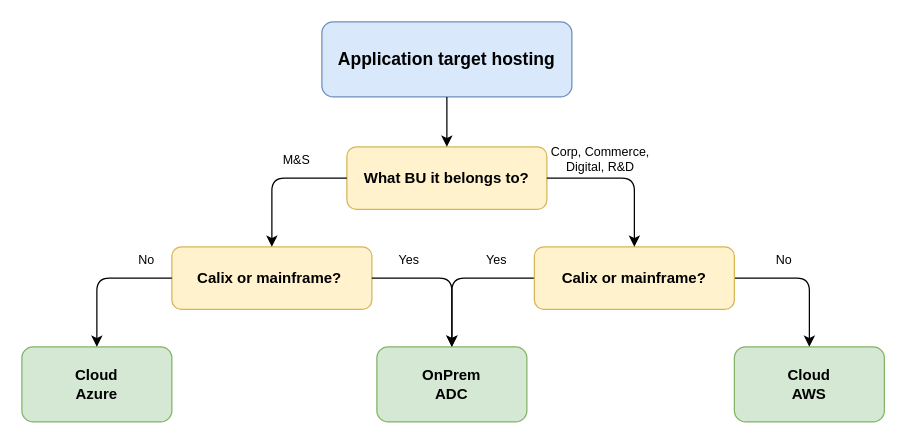
Before: page "App" (1 of 3) of DR-DecisionTree.drawio in anthonygea/mycv, a draw.io diagram. Source tidied: cells renumbered, new cells numbered last; positions are measured from the earlier drawing's top-left corner, leaving out a move shared by most shapes. Both pictures are drawn from the tidied source at 125%, with x=0, y=0 at pixel (21, 21).
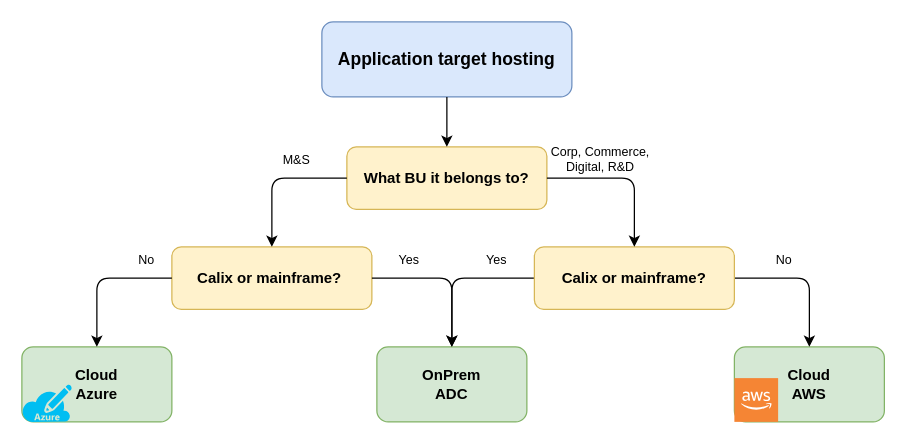
The same diagram, later.

Diff of the diagram source:
```diff
@@
+    <mxCell id="22" style="verticalLabelPosition=bottom;html=1;verticalAlign=top;align=center;strokeColor=none;fillColor=#00BEF2;shape=mxgraph.azure.azure_subscription;" parent="1" vertex="1">
+      <mxGeometry y="290" width="40" height="30" as="geometry" />
+    </mxCell>
+    <mxCell id="23" style="dashed=0;verticalLabelPosition=bottom;verticalAlign=top;align=center;html=1;shape=mxgraph.aws3.cloud_2;fillColor=#F58534;gradientColor=none;" parent="1" vertex="1">
+      <mxGeometry x="570" y="285" width="35" height="35" as="geometry" />
+    </mxCell>
```
